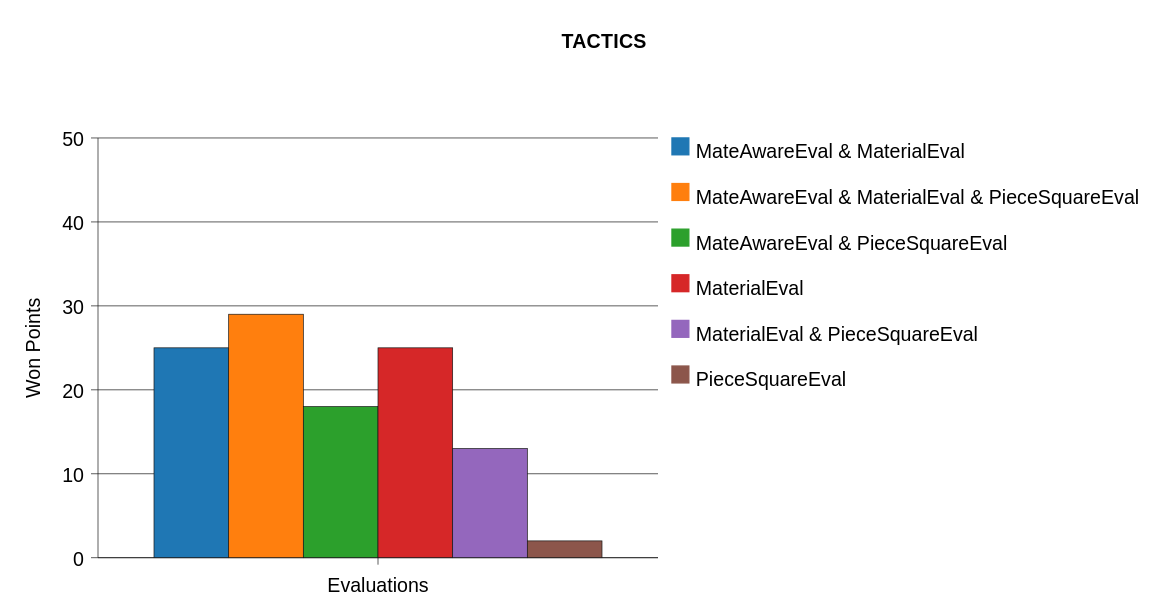
Above: docs/evaluation/report/movequality/Tactics.svg in l2c0r3/blobfish (PlantUML), before the change. Its diagram source:
```plantuml
@startchart

title
TACTICS
end title

h-axis [ Evaluations ]
v-axis "Won Points" 0 --> 50.0 spacing 10.0 grid

bar "MateAwareEval & MaterialEval"[ 25.0 ] #1F77B4
bar "MateAwareEval & MaterialEval & PieceSquareEval"[ 29.0 ] #FF7F0E
bar "MateAwareEval & PieceSquareEval"[ 18.0 ] #2CA02C
bar "MaterialEval"[ 25.0 ] #D62728
bar "MaterialEval & PieceSquareEval"[ 13.0 ] #9467BD
bar "PieceSquareEval"[ 2.0 ] #8C564B

legend right
@endchart
```
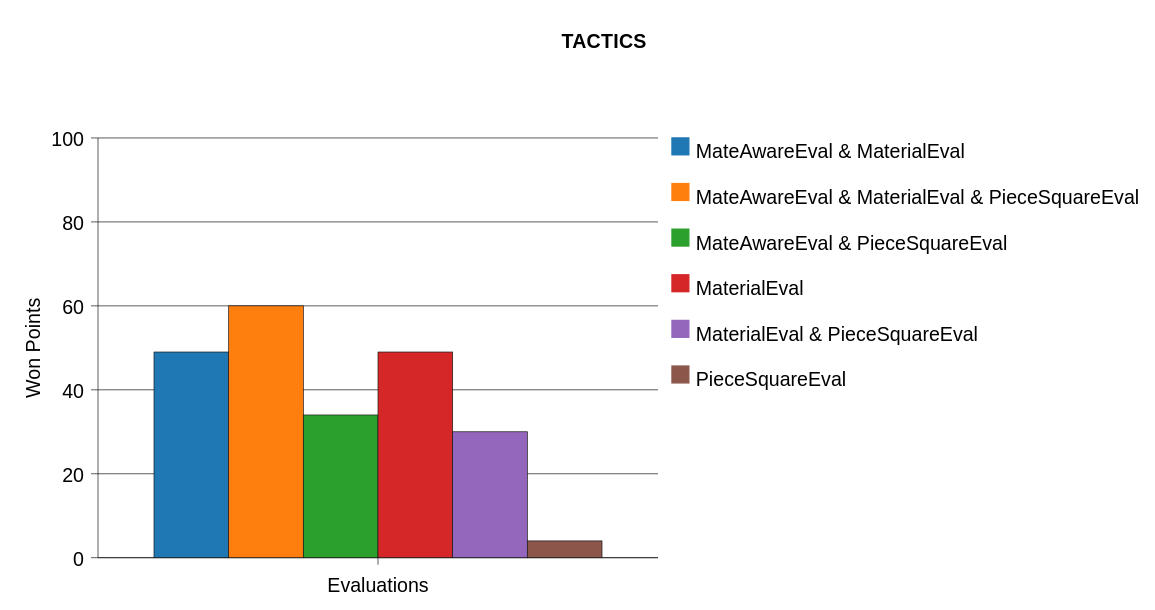
The same file after the commit.

Diff of the diagram source:
```diff
@@ -5,14 +5,14 @@
 end title
 
 h-axis [ Evaluations ]
-v-axis "Won Points" 0 --> 50.0 spacing 10.0 grid
+v-axis "Won Points" 0 --> 100.0 spacing 20.0 grid
 
-bar "MateAwareEval & MaterialEval"[ 25.0 ] #1F77B4
-bar "MateAwareEval & MaterialEval & PieceSquareEval"[ 29.0 ] #FF7F0E
-bar "MateAwareEval & PieceSquareEval"[ 18.0 ] #2CA02C
-bar "MaterialEval"[ 25.0 ] #D62728
-bar "MaterialEval & PieceSquareEval"[ 13.0 ] #9467BD
-bar "PieceSquareEval"[ 2.0 ] #8C564B
+bar "MateAwareEval & MaterialEval"[ 49.0 ] #1F77B4
+bar "MateAwareEval & MaterialEval & PieceSquareEval"[ 60.0 ] #FF7F0E
+bar "MateAwareEval & PieceSquareEval"[ 34.0 ] #2CA02C
+bar "MaterialEval"[ 49.0 ] #D62728
+bar "MaterialEval & PieceSquareEval"[ 30.0 ] #9467BD
+bar "PieceSquareEval"[ 4.0 ] #8C564B
 
 legend right
 @endchart
```
